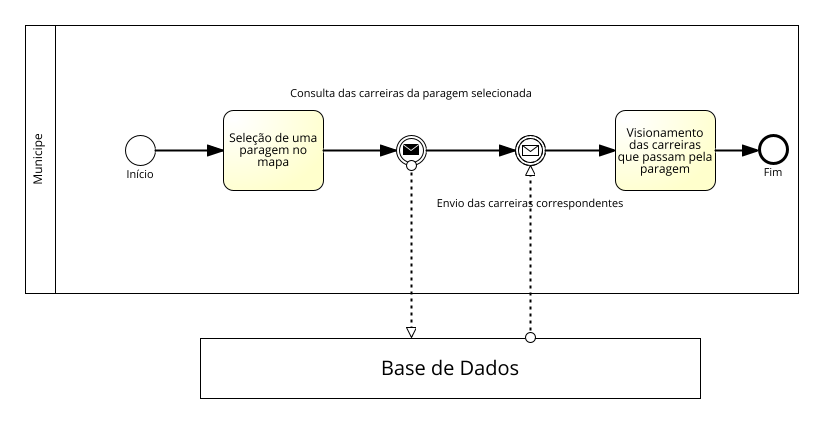
Above: BPMNs/Transportes Públicos/Images/RFT4.png in Municip-io-org/Municip.io (BPMN), before the change. Its source is kept beside it as BPMNs/Transportes Públicos/RFT4.bpmn. Ids are renumbered.
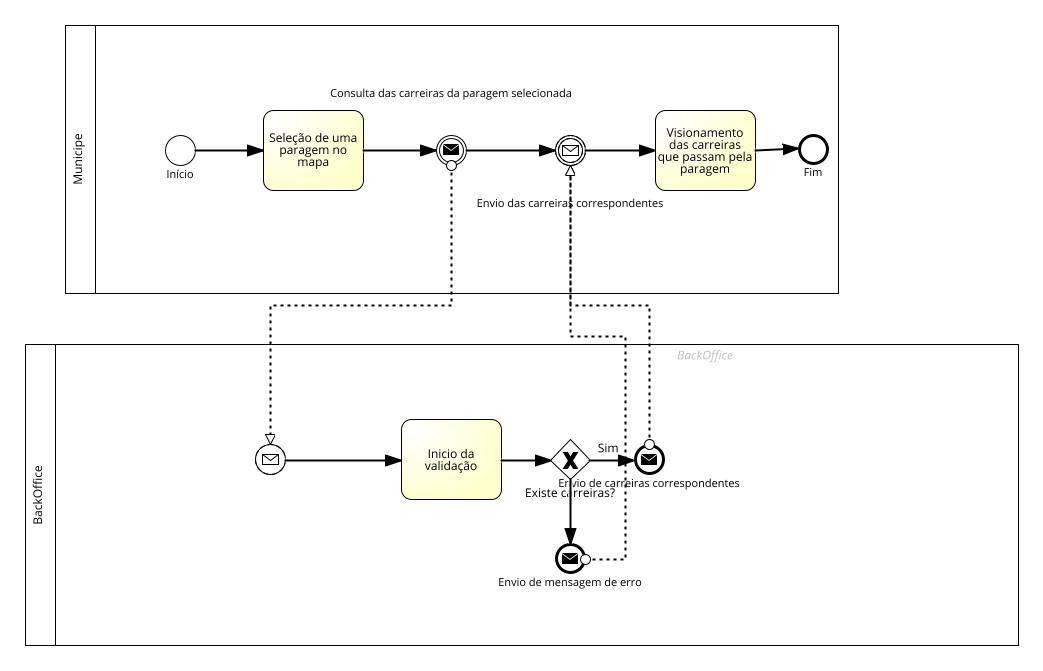
After the change.

What changed in the source:
```diff
@@ -1,3 +1,3 @@
-<?xml version="1.0" encoding="UTF-8"?><definitions xmlns="http://www.omg.org/spec/BPMN/20100524/MODEL" xmlns:bpmndi="http://www.omg.org/spec/BPMN/20100524/DI" xmlns:omgdc="http://www.omg.org/spec/DD/20100524/DC" xmlns:omgdi="http://www.omg.org/spec/DD/20100524/DI" xmlns:signavio="http://www.signavio.com" xmlns:xsi="http://www.w3.org/2001/XMLSchema-instance" exporter="Signavio Process Editor, http://www.signavio.com" exporterVersion="17.9.0" expressionLanguage="http://www.w3.org/TR/XPath" id="sid-3757026f-b7f9-4d82-9f1d-3a81cabca8ae" targetNamespace="http://www.signavio.com" typeLanguage="http://www.w3.org/2001/XMLSchema" xsi:schemaLocation="http://www.omg.org/spec/BPMN/20100524/MODEL http://www.omg.org/spec/BPMN/2.0/20100501/BPMN20.xsd">
-   <collaboration id="sid-122f4b5d-d9ce-410e-8820-712a3bc66623">
+<?xml version="1.0" encoding="UTF-8"?><definitions xmlns="http://www.omg.org/spec/BPMN/20100524/MODEL" xmlns:bpmndi="http://www.omg.org/spec/BPMN/20100524/DI" xmlns:omgdc="http://www.omg.org/spec/DD/20100524/DC" xmlns:omgdi="http://www.omg.org/spec/DD/20100524/DI" xmlns:signavio="http://www.signavio.com" xmlns:xsi="http://www.w3.org/2001/XMLSchema-instance" exporter="Signavio Process Editor, http://www.signavio.com" exporterVersion="17.15.0" expressionLanguage="http://www.w3.org/TR/XPath" id="sid-3757026f-b7f9-4d82-9f1d-3a81cabca8ae" targetNamespace="http://www.signavio.com" typeLanguage="http://www.w3.org/2001/XMLSchema" xsi:schemaLocation="http://www.omg.org/spec/BPMN/20100524/MODEL http://www.omg.org/spec/BPMN/2.0/20100501/BPMN20.xsd">
+   <collaboration id="sid-05212859-f44f-4222-a49e-92f170e2215c">
       <extensionElements>
@@ -7,3 +7,3 @@
          <signavio:signavioDiagramMetaData metaKey="meta-processowner" metaValue=""/>
-         <signavio:signavioDiagramMetaData metaKey="revisionid" metaValue="272bf6c7d88f4e7e9b2ce7dc313b6fc0"/>
+         <signavio:signavioDiagramMetaData metaKey="revisionid" metaValue="8672597b81e04dcb932b2a99b6dfbcb0"/>
       </extensionElements>
@@ -15,3 +15,3 @@
       </participant>
-      <participant id="sid-3E03DE5A-08A9-4D77-B701-CD40F1F328D4" name="Base de Dados">
+      <participant id="sid-ED4580F8-B7CE-4288-86BD-9C13348D56E0" name="BackOffice&#10;" processRef="sid-C7BBF5EE-892C-4A8F-8055-1F01AB3279CB">
          <extensionElements>
@@ -21,3 +21,3 @@
       </participant>
-      <messageFlow id="sid-6A6EA5CE-D3CF-49E8-8513-314CADB21882" name="" sourceRef="sid-54C4CB88-DFCE-4DDA-AC35-658411A31B32" targetRef="sid-3E03DE5A-08A9-4D77-B701-CD40F1F328D4">
+      <messageFlow id="sid-B6258BAF-D282-4265-9DE0-0CFB3C4AC525" name="" sourceRef="sid-54C4CB88-DFCE-4DDA-AC35-658411A31B32" targetRef="sid-167DEF73-9ECF-403B-B252-880BFCF183C4">
          <extensionElements>
@@ -26,3 +26,8 @@
       </messageFlow>
-      <messageFlow id="sid-78EB32B0-1581-4AB6-BA18-7AA54E2D017A" name="" sourceRef="sid-3E03DE5A-08A9-4D77-B701-CD40F1F328D4" targetRef="sid-743614B2-CB1E-47D1-9F3C-7FAC922E6B21">
+      <messageFlow id="sid-CF6336DA-AE32-4B47-AB55-D891AC15717F" name="" sourceRef="sid-9E3118A2-85BE-4D4F-B8BD-C7E353E12CCC" targetRef="sid-743614B2-CB1E-47D1-9F3C-7FAC922E6B21">
+         <extensionElements>
+            <signavio:signavioMetaData metaKey="bordercolor" metaValue="#000000"/>
+         </extensionElements>
+      </messageFlow>
+      <messageFlow id="sid-A0697B42-3A0D-44F9-9B8A-A179581C8308" name="" sourceRef="sid-420DEAD5-8F06-4A64-AEA6-956685862640" targetRef="sid-743614B2-CB1E-47D1-9F3C-7FAC922E6B21">
          <extensionElements>
@@ -34,3 +39,3 @@
       <extensionElements/>
-      <laneSet id="sid-3fba1345-324d-4266-9afc-1a6bce92839e">
+      <laneSet id="sid-8271f6d5-fa70-4f4c-bb95-a836d5abb723">
          <lane id="sid-86A0A038-32BE-40EE-A46D-B1D05C5FD973">
@@ -98,3 +103,3 @@
          <outgoing>sid-F81E6973-44B9-44FA-A14D-63DD94752360</outgoing>
-         <messageEventDefinition id="sid-c6d94c0c-1c5b-4550-b069-a999c128af72"/>
+         <messageEventDefinition id="sid-fb53d92a-3ede-4a8a-97d5-86ca5d969f5f"/>
       </intermediateCatchEvent>
@@ -108,3 +113,3 @@
          <outgoing>sid-3275E6A8-B357-439D-B259-B26A99C90AD0</outgoing>
-         <messageEventDefinition id="sid-c3a0885f-e6ad-44ee-9325-b55a4d97e782"/>
+         <messageEventDefinition id="sid-7a1839b2-5714-4e1a-96ff-4aadadd97926"/>
       </intermediateThrowEvent>
@@ -136,7 +141,93 @@
    </process>
-   <bpmndi:BPMNDiagram id="sid-cf9d9cd4-8017-442f-9785-385ba63f70e4">
-      <bpmndi:BPMNPlane bpmnElement="sid-122f4b5d-d9ce-410e-8820-712a3bc66623" id="sid-7250d9da-12cb-40de-a32d-b1f38649fd13">
+   <process id="sid-C7BBF5EE-892C-4A8F-8055-1F01AB3279CB" isClosed="false" isExecutable="false" name="BackOffice&#10;" processType="None">
+      <extensionElements/>
+      <laneSet id="sid-9c07de27-6b17-47fb-af7b-afc0e190460e">
+         <lane id="sid-68A4F106-7459-443F-A7CB-444501A622DA">
+            <extensionElements>
+               <signavio:signavioMetaData metaKey="bgcolor" metaValue=""/>
+               <signavio:signavioMetaData metaKey="bordercolor" metaValue="#000000"/>
+            </extensionElements>
+            <flowNodeRef>sid-167DEF73-9ECF-403B-B252-880BFCF183C4</flowNodeRef>
+            <flowNodeRef>sid-42FE61C9-7F50-460C-9498-B46F9410CDA2</flowNodeRef>
+            <flowNodeRef>sid-8C02597E-D5CF-4E2E-9E7E-9431C8DE538A</flowNodeRef>
+            <flowNodeRef>sid-420DEAD5-8F06-4A64-AEA6-956685862640</flowNodeRef>
+            <flowNodeRef>sid-9E3118A2-85BE-4D4F-B8BD-C7E353E12CCC</flowNodeRef>
+         </lane>
+      </laneSet>
+      <startEvent id="sid-167DEF73-9ECF-403B-B252-880BFCF183C4" isInterrupting="true" name="">
+         <extensionElements>
+            <signavio:signavioMetaData metaKey="bgcolor" metaValue="#ffffff"/>
+            <signavio:signavioMetaData metaKey="bordercolor" metaValue="#000000"/>
+            <signavio:signavioMetaData metaKey="vorgngerprozesse" metaValue=""/>
+         </extensionElements>
+         <outgoing>sid-8F496CE3-ABE0-4738-BE3F-E5A61DEB3C33</outgoing>
+         <messageEventDefinition id="sid-e8e9455c-e036-4d5c-a866-ba8c51354545"/>
+      </startEvent>
+      <task completionQuantity="1" id="sid-42FE61C9-7F50-460C-9498-B46F9410CDA2" isForCompensation="false" name="Inicio da validação" startQuantity="1">
+         <extensionElements>
+            <signavio:signavioMetaData metaKey="bgcolor" metaValue="#ffffcc"/>
+            <signavio:signavioMetaData metaKey="bordercolor" metaValue="#000000"/>
+            <signavio:signavioMetaData metaKey="erteiltfreigabe" metaValue=""/>
+            <signavio:signavioMetaData metaKey="meta-risks" metaValue=""/>
+            <signavio:signavioMetaData metaKey="wirdkonsultiert" metaValue=""/>
+            <signavio:signavioMetaData metaKey="externaldocuments" metaValue=""/>
+            <signavio:signavioMetaData metaKey="wirdinformiert" metaValue=""/>
+         </extensionElements>
+         <incoming>sid-8F496CE3-ABE0-4738-BE3F-E5A61DEB3C33</incoming>
+         <outgoing>sid-C3709F31-5F06-4147-AA43-5F53665D09BF</outgoing>
+      </task>
+      <exclusiveGateway gatewayDirection="Diverging" id="sid-8C02597E-D5CF-4E2E-9E7E-9431C8DE538A" name="Existe carreiras?">
+         <extensionElements>
+            <signavio:signavioMetaData metaKey="bgcolor" metaValue="#ffffff"/>
+            <signavio:signavioMetaData metaKey="bordercolor" metaValue="#000000"/>
+            <signavio:signavioLabel align="center" bottom="true" left="false" ref="text_name" right="false" top="false" x="20.0" y="45.0"/>
+         </extensionElements>
+         <incoming>sid-C3709F31-5F06-4147-AA43-5F53665D09BF</incoming>
+         <outgoing>sid-37B2B594-18F2-438E-BA24-4F316FEA1B3D</outgoing>
+         <outgoing>sid-9B94E1C5-E846-410E-BC27-9CD4AB1D2086</outgoing>
+      </exclusiveGateway>
+      <endEvent id="sid-420DEAD5-8F06-4A64-AEA6-956685862640" name="Envio de carreiras correspondentes&#10;">
+         <extensionElements>
+            <signavio:signavioMetaData metaKey="bgcolor" metaValue="#ffffff"/>
+            <signavio:signavioMetaData metaKey="bordercolor" metaValue="#000000"/>
+            <signavio:signavioMetaData metaKey="nachfolgerprozesse" metaValue=""/>
+         </extensionElements>
+         <incoming>sid-37B2B594-18F2-438E-BA24-4F316FEA1B3D</incoming>
+         <messageEventDefinition id="sid-b4abd73e-caf7-4d5f-a90d-8e2e9474efc4"/>
+      </endEvent>
+      <endEvent id="sid-9E3118A2-85BE-4D4F-B8BD-C7E353E12CCC" name="Envio de mensagem de erro&#10;">
+         <extensionElements>
+            <signavio:signavioMetaData metaKey="bgcolor" metaValue="#ffffff"/>
+            <signavio:signavioMetaData metaKey="bordercolor" metaValue="#000000"/>
+            <signavio:signavioMetaData metaKey="nachfolgerprozesse" metaValue=""/>
+         </extensionElements>
+         <incoming>sid-9B94E1C5-E846-410E-BC27-9CD4AB1D2086</incoming>
+         <messageEventDefinition id="sid-db79e90b-48df-4038-a65f-6706f553b416"/>
+      </endEvent>
+      <sequenceFlow id="sid-8F496CE3-ABE0-4738-BE3F-E5A61DEB3C33" name="" sourceRef="sid-167DEF73-9ECF-403B-B252-880BFCF183C4" targetRef="sid-42FE61C9-7F50-460C-9498-B46F9410CDA2">
+         <extensionElements>
+            <signavio:signavioMetaData metaKey="bordercolor" metaValue="#000000"/>
+         </extensionElements>
+      </sequenceFlow>
+      <sequenceFlow id="sid-C3709F31-5F06-4147-AA43-5F53665D09BF" name="" sourceRef="sid-42FE61C9-7F50-460C-9498-B46F9410CDA2" targetRef="sid-8C02597E-D5CF-4E2E-9E7E-9431C8DE538A">
+         <extensionElements>
+            <signavio:signavioMetaData metaKey="bordercolor" metaValue="#000000"/>
+         </extensionElements>
+      </sequenceFlow>
+      <sequenceFlow id="sid-37B2B594-18F2-438E-BA24-4F316FEA1B3D" name="Sim&#10;" sourceRef="sid-8C02597E-D5CF-4E2E-9E7E-9431C8DE538A" targetRef="sid-420DEAD5-8F06-4A64-AEA6-956685862640">
+         <extensionElements>
+            <signavio:signavioMetaData metaKey="bordercolor" metaValue="#000000"/>
+         </extensionElements>
+      </sequenceFlow>
+      <sequenceFlow id="sid-9B94E1C5-E846-410E-BC27-9CD4AB1D2086" name="" sourceRef="sid-8C02597E-D5CF-4E2E-9E7E-9431C8DE538A" targetRef="sid-9E3118A2-85BE-4D4F-B8BD-C7E353E12CCC">
+         <extensionElements>
+            <signavio:signavioMetaData metaKey="bordercolor" metaValue="#000000"/>
+         </extensionElements>
+      </sequenceFlow>
+   </process>
+   <bpmndi:BPMNDiagram id="sid-7f95c468-03f3-494f-a9d5-49c5d6eddf82">
+      <bpmndi:BPMNPlane bpmnElement="sid-05212859-f44f-4222-a49e-92f170e2215c" id="sid-1a4aab36-23d6-4793-b441-63d9d90a8af8">
          <bpmndi:BPMNShape bpmnElement="sid-79223ADF-DBF1-4921-AD66-B3869861D6CA" id="sid-79223ADF-DBF1-4921-AD66-B3869861D6CA_gui" isHorizontal="true">
             <omgdc:Bounds height="267.9999997317791" width="772.9999974220991" x="310.0" y="130.0"/>
-            <bpmndi:BPMNLabel labelStyle="sid-4f35b1da-201a-440a-9df1-f23b87dbc715">
+            <bpmndi:BPMNLabel labelStyle="sid-5277cefc-aaf0-47fa-9d74-bd8e99b93789">
                <omgdc:Bounds height="45.514286041259766" width="12.0" x="315.00000013411045" y="241.24285684525967"/>
@@ -144,6 +235,6 @@
          </bpmndi:BPMNShape>
-         <bpmndi:BPMNShape bpmnElement="sid-3E03DE5A-08A9-4D77-B701-CD40F1F328D4" id="sid-3E03DE5A-08A9-4D77-B701-CD40F1F328D4_gui" isHorizontal="true">
-            <omgdc:Bounds height="60.0" width="500.0" x="485.0" y="442.9999997317791"/>
-            <bpmndi:BPMNLabel labelStyle="sid-4f35b1da-201a-440a-9df1-f23b87dbc715">
-               <omgdc:Bounds height="20.0" width="136.28570556640625" x="666.8571472167969" y="459.9999997317791"/>
+         <bpmndi:BPMNShape bpmnElement="sid-ED4580F8-B7CE-4288-86BD-9C13348D56E0" id="sid-ED4580F8-B7CE-4288-86BD-9C13348D56E0_gui" isHorizontal="true">
+            <omgdc:Bounds height="301.2445066424269" width="992.999996677041" x="270.0" y="449.3777466787866"/>
+            <bpmndi:BPMNLabel labelStyle="sid-5277cefc-aaf0-47fa-9d74-bd8e99b93789">
+               <omgdc:Bounds height="55.54286193847656" width="12.0" x="274.9997406973412" y="572.2285690307617"/>
             </bpmndi:BPMNLabel>
@@ -155,3 +246,3 @@
             <omgdc:Bounds height="30.0" width="30.0" x="410.0" y="239.99999642372137"/>
-            <bpmndi:BPMNLabel labelStyle="sid-ff39191c-42ba-40e1-88f1-313f4b3fd441">
+            <bpmndi:BPMNLabel labelStyle="sid-7037d218-6cc5-4c41-8a1a-b10f22df9be0">
                <omgdc:Bounds height="11.0" width="29.700000762939453" x="410.1499996185303" y="271.99999642372137"/>
@@ -161,3 +252,3 @@
             <omgdc:Bounds height="80.00000000000003" width="99.99999999999994" x="508.1874834076278" y="214.99999679625043"/>
-            <bpmndi:BPMNLabel labelStyle="sid-4f35b1da-201a-440a-9df1-f23b87dbc715">
+            <bpmndi:BPMNLabel labelStyle="sid-5277cefc-aaf0-47fa-9d74-bd8e99b93789">
                <omgdc:Bounds height="36.00000000000003" width="87.17141723632812" x="514.6017747894637" y="234.99999679625043"/>
@@ -167,3 +258,3 @@
             <omgdc:Bounds height="80.0" width="100.0" x="899.9999865889552" y="215.87068409520728"/>
-            <bpmndi:BPMNLabel labelStyle="sid-4f35b1da-201a-440a-9df1-f23b87dbc715">
+            <bpmndi:BPMNLabel labelStyle="sid-5277cefc-aaf0-47fa-9d74-bd8e99b93789">
                <omgdc:Bounds height="47.99999999999997" width="91.028564453125" x="904.4857043623927" y="229.87068409520728"/>
@@ -172,4 +263,4 @@
          <bpmndi:BPMNShape bpmnElement="sid-9F1A9981-C2E6-49E7-8794-852AD7F94292" id="sid-9F1A9981-C2E6-49E7-8794-852AD7F94292_gui">
-            <omgdc:Bounds height="30.0" width="30.0" x="1043.9999865889552" y="239.99998246133407"/>
-            <bpmndi:BPMNLabel labelStyle="sid-ff39191c-42ba-40e1-88f1-313f4b3fd441">
+            <omgdc:Bounds height="26.0" width="26.0" x="1043.9999865889552" y="239.99998246133407"/>
+            <bpmndi:BPMNLabel labelStyle="sid-7037d218-6cc5-4c41-8a1a-b10f22df9be0">
                <omgdc:Bounds height="11.0" width="16.97142791748047" x="1049.514272630215" y="269.99998246133407"/>
@@ -179,3 +270,3 @@
             <omgdc:Bounds height="30.0" width="30.0" x="799.9999880790713" y="239.9999860376125"/>
-            <bpmndi:BPMNLabel labelStyle="sid-ff39191c-42ba-40e1-88f1-313f4b3fd441">
+            <bpmndi:BPMNLabel labelStyle="sid-7037d218-6cc5-4c41-8a1a-b10f22df9be0">
                <omgdc:Bounds height="11.0" width="181.7357177734375" x="724.1321291923525" y="300.99998603761253"/>
@@ -185,4 +276,34 @@
             <omgdc:Bounds height="30.0" width="30.0" x="680.9999898523093" y="239.999989613891"/>
-            <bpmndi:BPMNLabel labelStyle="sid-ff39191c-42ba-40e1-88f1-313f4b3fd441">
+            <bpmndi:BPMNLabel labelStyle="sid-7037d218-6cc5-4c41-8a1a-b10f22df9be0">
                <omgdc:Bounds height="11.0" width="233.35714721679688" x="579.3214162439109" y="190.999989613891"/>
+            </bpmndi:BPMNLabel>
+         </bpmndi:BPMNShape>
+         <bpmndi:BPMNShape bpmnElement="sid-68A4F106-7459-443F-A7CB-444501A622DA" id="sid-68A4F106-7459-443F-A7CB-444501A622DA_gui" isHorizontal="true">
+            <omgdc:Bounds height="301.2445066424269" width="962.999996677041" x="300.0" y="449.3777466787866"/>
+         </bpmndi:BPMNShape>
+         <bpmndi:BPMNShape bpmnElement="sid-167DEF73-9ECF-403B-B252-880BFCF183C4" id="sid-167DEF73-9ECF-403B-B252-880BFCF183C4_gui">
+            <omgdc:Bounds height="30.0" width="30.0" x="500.0" y="550.0"/>
+         </bpmndi:BPMNShape>
+         <bpmndi:BPMNShape bpmnElement="sid-42FE61C9-7F50-460C-9498-B46F9410CDA2" id="sid-42FE61C9-7F50-460C-9498-B46F9410CDA2_gui">
+            <omgdc:Bounds height="80.0" width="100.0" x="645.9999898523093" y="525.0"/>
+            <bpmndi:BPMNLabel labelStyle="sid-5277cefc-aaf0-47fa-9d74-bd8e99b93789">
+               <omgdc:Bounds height="24.0" width="50.91429138183594" x="670.5428441613914" y="551.0"/>
+            </bpmndi:BPMNLabel>
+         </bpmndi:BPMNShape>
+         <bpmndi:BPMNShape bpmnElement="sid-8C02597E-D5CF-4E2E-9E7E-9431C8DE538A" id="sid-8C02597E-D5CF-4E2E-9E7E-9431C8DE538A_gui" isMarkerVisible="true">
+            <omgdc:Bounds height="40.0" width="40.0" x="794.9999880790713" y="545.0"/>
+            <bpmndi:BPMNLabel labelStyle="sid-7037d218-6cc5-4c41-8a1a-b10f22df9be0">
+               <omgdc:Bounds height="12.0" width="89.4857177734375" x="770.2571291923525" y="590.0"/>
+            </bpmndi:BPMNLabel>
+         </bpmndi:BPMNShape>
+         <bpmndi:BPMNShape bpmnElement="sid-420DEAD5-8F06-4A64-AEA6-956685862640" id="sid-420DEAD5-8F06-4A64-AEA6-956685862640_gui">
+            <omgdc:Bounds height="28.0" width="28.0" x="879.9999880790713" y="551.0"/>
+            <bpmndi:BPMNLabel labelStyle="sid-7037d218-6cc5-4c41-8a1a-b10f22df9be0">
+               <omgdc:Bounds height="11.0" width="176.0785675048828" x="805.9607043266299" y="581.0"/>
+            </bpmndi:BPMNLabel>
+         </bpmndi:BPMNShape>
+         <bpmndi:BPMNShape bpmnElement="sid-9E3118A2-85BE-4D4F-B8BD-C7E353E12CCC" id="sid-9E3118A2-85BE-4D4F-B8BD-C7E353E12CCC_gui">
+            <omgdc:Bounds height="28.0" width="28.0" x="800.9999880790713" y="650.0"/>
+            <bpmndi:BPMNLabel labelStyle="sid-7037d218-6cc5-4c41-8a1a-b10f22df9be0">
+               <omgdc:Bounds height="11.0" width="139.30714416503906" x="745.3464159965517" y="680.0"/>
             </bpmndi:BPMNLabel>
@@ -195,3 +316,3 @@
             <omgdi:waypoint x="999.9999865889552" y="255.87068409520728"/>
-            <omgdi:waypoint x="1043.9999865889552" y="255.22134728350522"/>
+            <omgdi:waypoint x="1043.9999865889552" y="253.6547038866034"/>
          </bpmndi:BPMNEdge>
@@ -209,8 +330,38 @@
          </bpmndi:BPMNEdge>
-         <bpmndi:BPMNEdge bpmnElement="sid-6A6EA5CE-D3CF-49E8-8513-314CADB21882" id="sid-6A6EA5CE-D3CF-49E8-8513-314CADB21882_gui">
+         <bpmndi:BPMNEdge bpmnElement="sid-B6258BAF-D282-4265-9DE0-0CFB3C4AC525" id="sid-B6258BAF-D282-4265-9DE0-0CFB3C4AC525_gui">
             <omgdi:waypoint x="695.9999898523093" y="269.999989613891"/>
-            <omgdi:waypoint x="695.9999898523093" y="442.9999997317791"/>
+            <omgdi:waypoint x="695.9999898523093" y="409.9999948069455"/>
+            <omgdi:waypoint x="515.0" y="409.9999948069455"/>
+            <omgdi:waypoint x="515.0" y="550.0"/>
          </bpmndi:BPMNEdge>
-         <bpmndi:BPMNEdge bpmnElement="sid-78EB32B0-1581-4AB6-BA18-7AA54E2D017A" id="sid-78EB32B0-1581-4AB6-BA18-7AA54E2D017A_gui">
-            <omgdi:waypoint x="814.9999880790713" y="442.9999997317791"/>
+         <bpmndi:BPMNEdge bpmnElement="sid-8F496CE3-ABE0-4738-BE3F-E5A61DEB3C33" id="sid-8F496CE3-ABE0-4738-BE3F-E5A61DEB3C33_gui">
+            <omgdi:waypoint x="530.0" y="565.0"/>
+            <omgdi:waypoint x="645.9999898523093" y="565.0"/>
+         </bpmndi:BPMNEdge>
+         <bpmndi:BPMNEdge bpmnElement="sid-C3709F31-5F06-4147-AA43-5F53665D09BF" id="sid-C3709F31-5F06-4147-AA43-5F53665D09BF_gui">
+            <omgdi:waypoint x="745.9999898523093" y="565.2092050240249"/>
+            <omgdi:waypoint x="794.9999880790713" y="565.4142259401498"/>
+         </bpmndi:BPMNEdge>
+         <bpmndi:BPMNEdge bpmnElement="sid-37B2B594-18F2-438E-BA24-4F316FEA1B3D" id="sid-37B2B594-18F2-438E-BA24-4F316FEA1B3D_gui">
+            <omgdi:waypoint x="834.9999880790713" y="565.375796178344"/>
+            <omgdi:waypoint x="879.9999880790713" y="565.0891719745223"/>
+            <bpmndi:BPMNLabel labelStyle="sid-7037d218-6cc5-4c41-8a1a-b10f22df9be0">
+               <omgdc:Bounds height="12.127503923228119" width="20.1331521557197" x="842.7554528629119" y="545.1987163008838"/>
+            </bpmndi:BPMNLabel>
+         </bpmndi:BPMNEdge>
+         <bpmndi:BPMNEdge bpmnElement="sid-9B94E1C5-E846-410E-BC27-9CD4AB1D2086" id="sid-9B94E1C5-E846-410E-BC27-9CD4AB1D2086_gui">
+            <omgdi:waypoint x="815.4010033074977" y="585.0"/>
+            <omgdi:waypoint x="815.071054068919" y="650.0"/>
+         </bpmndi:BPMNEdge>
+         <bpmndi:BPMNEdge bpmnElement="sid-CF6336DA-AE32-4B47-AB55-D891AC15717F" id="sid-CF6336DA-AE32-4B47-AB55-D891AC15717F_gui">
+            <omgdi:waypoint x="828.9999880790713" y="664.0"/>
+            <omgdi:waypoint x="870.0" y="664.0"/>
+            <omgdi:waypoint x="870.0" y="441.0"/>
+            <omgdi:waypoint x="814.9999880790713" y="441.0"/>
+            <omgdi:waypoint x="814.9999880790713" y="269.99998603761253"/>
+         </bpmndi:BPMNEdge>
+         <bpmndi:BPMNEdge bpmnElement="sid-A0697B42-3A0D-44F9-9B8A-A179581C8308" id="sid-A0697B42-3A0D-44F9-9B8A-A179581C8308_gui">
+            <omgdi:waypoint x="893.9999880790713" y="551.0"/>
+            <omgdi:waypoint x="893.9999880790713" y="410.49999301880626"/>
+            <omgdi:waypoint x="814.9999880790713" y="410.49999301880626"/>
             <omgdi:waypoint x="814.9999880790713" y="269.99998603761253"/>
@@ -218,6 +369,6 @@
       </bpmndi:BPMNPlane>
-      <bpmndi:BPMNLabelStyle id="sid-ff39191c-42ba-40e1-88f1-313f4b3fd441">
+      <bpmndi:BPMNLabelStyle id="sid-7037d218-6cc5-4c41-8a1a-b10f22df9be0">
          <omgdc:Font isBold="false" isItalic="false" isStrikeThrough="false" isUnderline="false" name="Arial" size="11.0"/>
       </bpmndi:BPMNLabelStyle>
-      <bpmndi:BPMNLabelStyle id="sid-4f35b1da-201a-440a-9df1-f23b87dbc715">
+      <bpmndi:BPMNLabelStyle id="sid-5277cefc-aaf0-47fa-9d74-bd8e99b93789">
          <omgdc:Font isBold="false" isItalic="false" isStrikeThrough="false" isUnderline="false" name="Arial" size="12.0"/>
```
